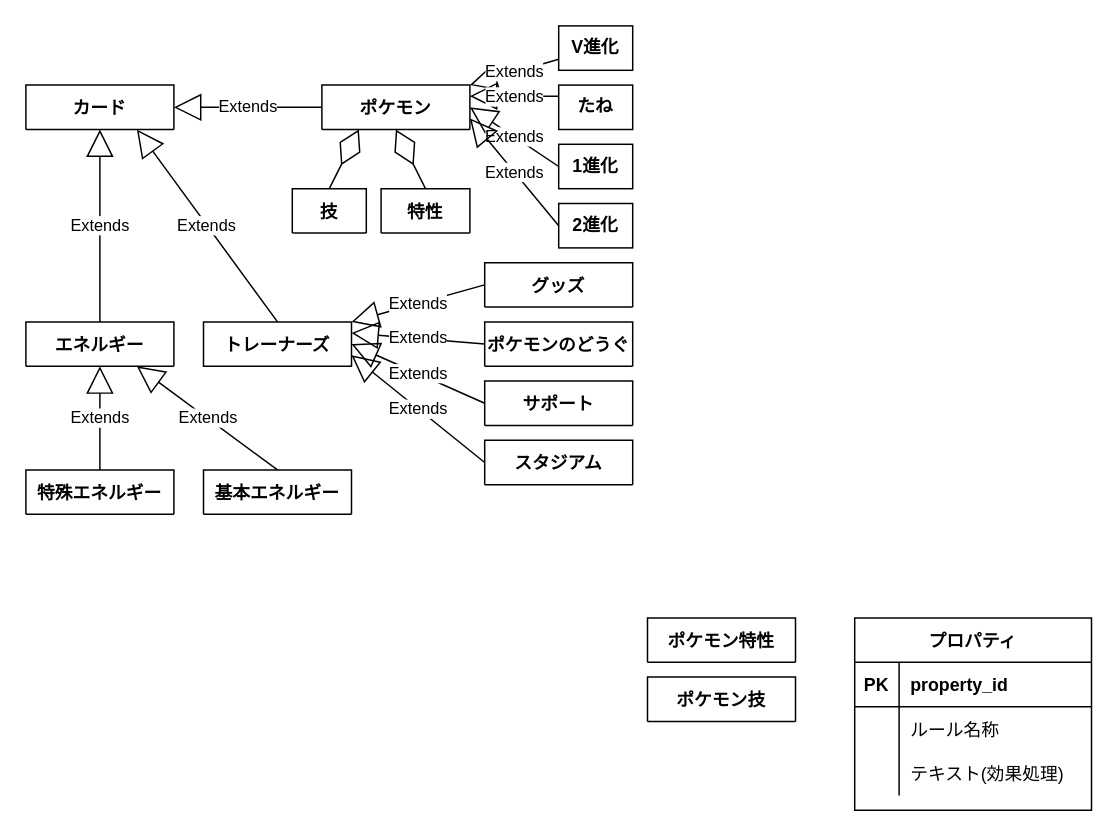
tinatamago/ptcg keeps this draw.io diagram as page "オブジェクト" (4 of 5) of データベース草案.drawio. Above is the earlier version. Source tidied: cells renumbered, new cells numbered last; positions are measured from the earlier drawing's top-left corner, leaving out a move shared by most shapes. Both pictures are drawn from the tidied source at 148%, with x=0, y=0 at pixel (25, 25).
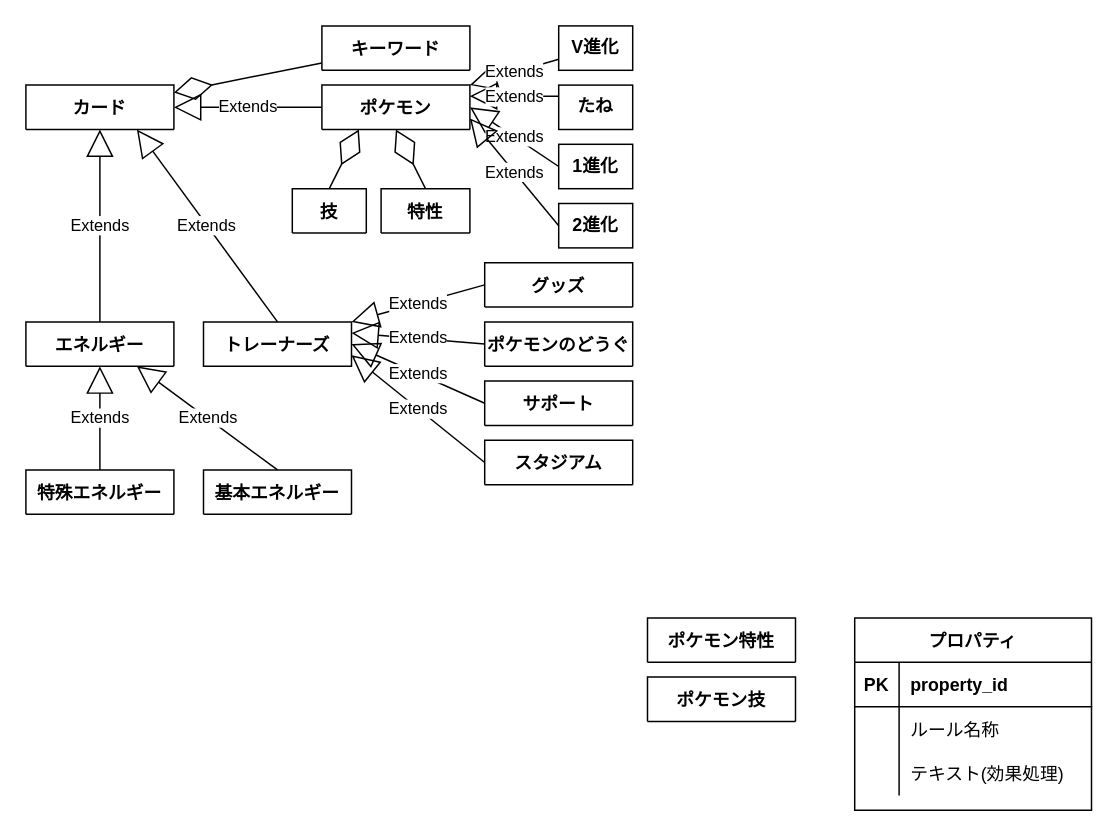
The same page after the edit.

The change refers to these unchanged cells:
```xml
<mxCell id="4" value="カード" style="shape=table;startSize=30;childLayout=tableLayout;rowLines=0;fontStyle=1;align=center;" parent="1" vertex="1" collapsed="1">
  <mxGeometry y="40" width="100" height="30" as="geometry" />
</mxCell>
```

Change to the diagram source:
```diff
@@
+    <mxCell id="45" value="キーワード" style="shape=table;startSize=30;childLayout=tableLayout;rowLines=0;fontStyle=1;align=center;" parent="1" vertex="1" collapsed="1">
+      <mxGeometry x="200" width="100" height="30" as="geometry" />
+    </mxCell>
+    <mxCell id="46" style="endArrow=diamondThin;endFill=0;endSize=24;html=1;rounded=0;" parent="1" edge="1" source="45" target="4">
+      <mxGeometry relative="1" as="geometry" />
+    </mxCell>
```
